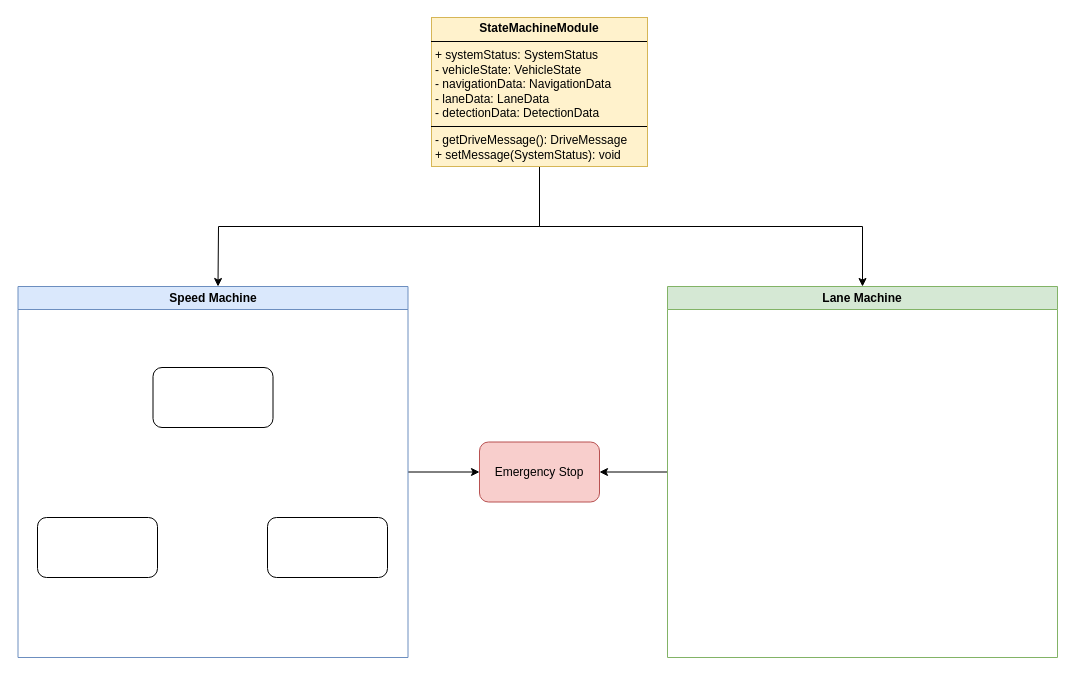
Above: document/StateMachine.drawio in inha-cvl/mobinha-racing (draw.io), before the change. Source tidied: cells renumbered, new cells numbered last; positions are measured from the earlier drawing's top-left corner, leaving out a move shared by most shapes. Both pictures are drawn from the tidied source at 100%, with x=0, y=0 at pixel (17, 17).
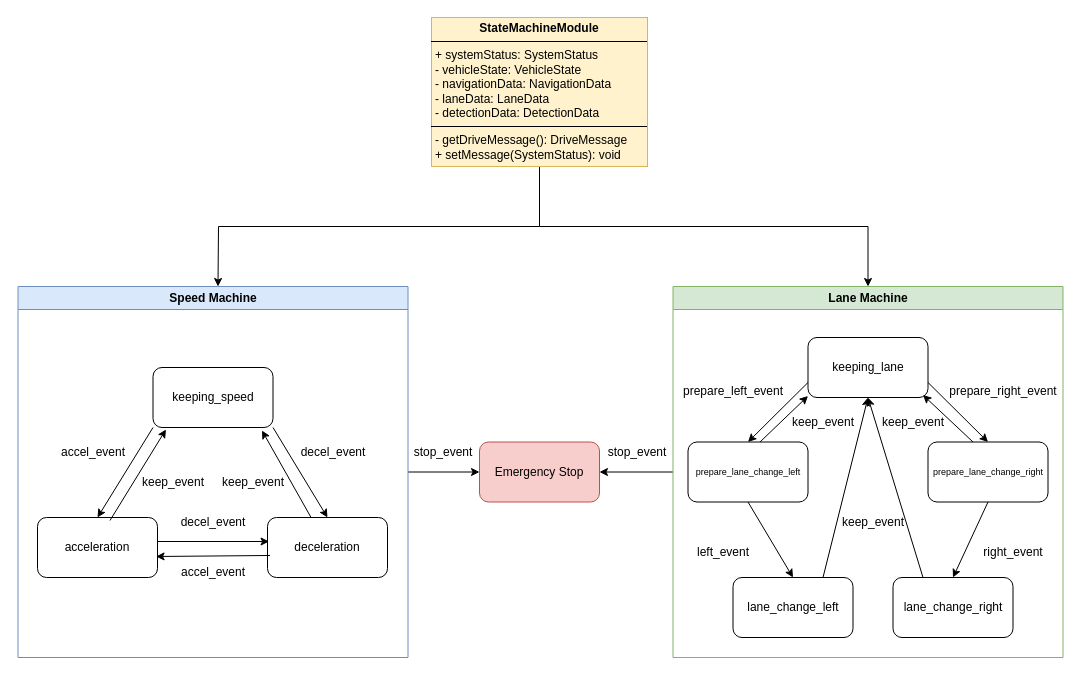
After the change.

Unchanged cells that the change refers to:
```xml
<mxCell id="5" value="Speed Machine" style="swimlane;whiteSpace=wrap;html=1;fillColor=#dae8fc;strokeColor=#6c8ebf;" parent="1" vertex="1">
  <mxGeometry x="0.5" y="269" width="390" height="371" as="geometry" />
</mxCell>
```

Diff of the diagram source:
```diff
@@
-    <mxCell id="6" style="rounded=1;whiteSpace=wrap;html=1;" parent="5" vertex="1">
+    <mxCell id="6" value="keeping_speed" style="rounded=1;whiteSpace=wrap;html=1;" parent="5" vertex="1">
       <mxGeometry x="135" y="81" width="120" height="60" as="geometry" />
     </mxCell>
-    <mxCell id="7" style="rounded=1;whiteSpace=wrap;html=1;" parent="5" vertex="1">
+    <mxCell id="7" value="acceleration" style="rounded=1;whiteSpace=wrap;html=1;" parent="5" vertex="1">
       <mxGeometry x="19.5" y="231" width="120" height="60" as="geometry" />
     </mxCell>
-    <mxCell id="8" style="rounded=1;whiteSpace=wrap;html=1;" parent="5" vertex="1">
+    <mxCell id="8" value="deceleration" style="rounded=1;whiteSpace=wrap;html=1;" parent="5" vertex="1">
       <mxGeometry x="249.5" y="231" width="120" height="60" as="geometry" />
     </mxCell>
+    <mxCell id="13" value="decel_event" style="text;html=1;align=center;verticalAlign=middle;whiteSpace=wrap;rounded=0;" parent="5" vertex="1">
+      <mxGeometry x="165" y="221" width="60" height="30" as="geometry" />
+    </mxCell>
+    <mxCell id="14" style="endArrow=classic;html=1;rounded=0;entryX=0.5;entryY=0;entryDx=0;entryDy=0;exitX=1;exitY=1;exitDx=0;exitDy=0;" parent="5" edge="1" source="6" target="8">
+      <mxGeometry relative="1" as="geometry" />
+    </mxCell>
+    <mxCell id="15" style="endArrow=classic;html=1;rounded=0;exitX=0.996;exitY=0.4;exitDx=0;exitDy=0;exitPerimeter=0;entryX=0.013;entryY=0.4;entryDx=0;entryDy=0;entryPerimeter=0;" parent="5" edge="1" source="7" target="8">
+      <mxGeometry relative="1" as="geometry" />
+    </mxCell>
+    <mxCell id="16" style="endArrow=classic;html=1;rounded=0;exitX=0.021;exitY=0.633;exitDx=0;exitDy=0;entryX=0.988;entryY=0.65;entryDx=0;entryDy=0;entryPerimeter=0;exitPerimeter=0;" parent="5" edge="1" source="8" target="7">
+      <mxGeometry relative="1" as="geometry" />
+    </mxCell>
+    <mxCell id="17" value="accel_event" style="text;html=1;align=center;verticalAlign=middle;whiteSpace=wrap;rounded=0;" parent="5" vertex="1">
+      <mxGeometry x="165" y="271" width="60" height="30" as="geometry" />
+    </mxCell>
+    <mxCell id="18" value="decel_event" style="text;html=1;align=center;verticalAlign=middle;whiteSpace=wrap;rounded=0;" parent="5" vertex="1">
+      <mxGeometry x="285" y="151" width="60" height="30" as="geometry" />
+    </mxCell>
+    <mxCell id="19" style="endArrow=classic;html=1;rounded=0;exitX=0.363;exitY=0;exitDx=0;exitDy=0;exitPerimeter=0;entryX=0.908;entryY=1.05;entryDx=0;entryDy=0;entryPerimeter=0;" parent="5" edge="1" source="8" target="6">
+      <mxGeometry relative="1" as="geometry" />
+    </mxCell>
+    <mxCell id="20" value="keep_event" style="text;html=1;align=center;verticalAlign=middle;whiteSpace=wrap;rounded=0;" parent="5" vertex="1">
+      <mxGeometry x="205" y="181" width="60" height="30" as="geometry" />
+    </mxCell>
+    <mxCell id="21" style="endArrow=classic;html=1;rounded=0;exitX=0.604;exitY=0.05;exitDx=0;exitDy=0;exitPerimeter=0;entryX=0.108;entryY=1.033;entryDx=0;entryDy=0;entryPerimeter=0;" parent="5" edge="1" source="7" target="6">
+      <mxGeometry relative="1" as="geometry" />
+    </mxCell>
+    <mxCell id="22" style="endArrow=classic;html=1;rounded=0;exitX=0;exitY=1;exitDx=0;exitDy=0;entryX=0.5;entryY=0;entryDx=0;entryDy=0;" parent="5" edge="1" source="6" target="7">
+      <mxGeometry relative="1" as="geometry" />
+    </mxCell>
+    <mxCell id="23" value="keep_event" style="text;html=1;align=center;verticalAlign=middle;whiteSpace=wrap;rounded=0;" parent="5" vertex="1">
+      <mxGeometry x="125" y="181" width="60" height="30" as="geometry" />
+    </mxCell>
+    <mxCell id="24" value="accel_event" style="text;html=1;align=center;verticalAlign=middle;whiteSpace=wrap;rounded=0;" parent="5" vertex="1">
+      <mxGeometry x="45" y="151" width="60" height="30" as="geometry" />
+    </mxCell>
@@
     <mxCell id="10" value="Lane Machine" style="swimlane;whiteSpace=wrap;html=1;fillColor=#d5e8d4;strokeColor=#82b366;" parent="1" vertex="1">
-      <mxGeometry x="650" y="269" width="390" height="371" as="geometry" />
+      <mxGeometry x="655.5" y="269" width="390" height="371" as="geometry" />
     </mxCell>
+    <mxCell id="25" value="keeping_lane" style="rounded=1;whiteSpace=wrap;html=1;" parent="10" vertex="1">
+      <mxGeometry x="135" y="51" width="120" height="60" as="geometry" />
+    </mxCell>
+    <mxCell id="26" value="prepare_lane_change_right" style="rounded=1;whiteSpace=wrap;html=1;fontSize=9;" parent="10" vertex="1">
+      <mxGeometry x="255" y="155.5" width="120" height="60" as="geometry" />
+    </mxCell>
+    <mxCell id="27" value="lane_change_right" style="rounded=1;whiteSpace=wrap;html=1;" parent="10" vertex="1">
+      <mxGeometry x="220" y="291" width="120" height="60" as="geometry" />
+    </mxCell>
+    <mxCell id="28" value="lane_change_left" style="rounded=1;whiteSpace=wrap;html=1;" parent="10" vertex="1">
+      <mxGeometry x="60" y="291" width="120" height="60" as="geometry" />
+    </mxCell>
+    <mxCell id="29" value="prepare_lane_change_left" style="rounded=1;whiteSpace=wrap;html=1;fontSize=9;" parent="10" vertex="1">
+      <mxGeometry x="15" y="155.5" width="120" height="60" as="geometry" />
+    </mxCell>
+    <mxCell id="30" value="keep_event" style="text;html=1;align=center;verticalAlign=middle;whiteSpace=wrap;rounded=0;" parent="10" vertex="1">
+      <mxGeometry x="120" y="121" width="60" height="30" as="geometry" />
+    </mxCell>
+    <mxCell id="31" style="endArrow=classic;html=1;rounded=0;entryX=1;entryY=1;entryDx=0;entryDy=0;verticalAlign=middle;exitX=0.417;exitY=0.042;exitDx=0;exitDy=0;exitPerimeter=0;" parent="10" edge="1">
+      <mxGeometry relative="1" as="geometry">
+        <mxPoint x="300" y="155.5" as="sourcePoint" />
+        <mxPoint x="250" y="108.5" as="targetPoint" />
+      </mxGeometry>
+    </mxCell>
+    <mxCell id="32" style="endArrow=classic;html=1;rounded=0;exitX=1;exitY=0.75;exitDx=0;exitDy=0;entryX=0.5;entryY=0;entryDx=0;entryDy=0;" parent="10" edge="1" source="25" target="26">
+      <mxGeometry relative="1" as="geometry" />
+    </mxCell>
+    <mxCell id="33" style="endArrow=classic;html=1;rounded=0;exitX=0.75;exitY=0;exitDx=0;exitDy=0;entryX=0.5;entryY=1;entryDx=0;entryDy=0;" parent="10" edge="1" source="28" target="25">
+      <mxGeometry relative="1" as="geometry" />
+    </mxCell>
+    <mxCell id="34" style="endArrow=classic;html=1;rounded=0;entryX=0.5;entryY=1;entryDx=0;entryDy=0;exitX=0.25;exitY=0;exitDx=0;exitDy=0;" parent="10" edge="1" source="27" target="25">
+      <mxGeometry relative="1" as="geometry" />
+    </mxCell>
+    <mxCell id="35" value="keep_event" style="text;html=1;align=center;verticalAlign=middle;whiteSpace=wrap;rounded=0;" parent="10" vertex="1">
+      <mxGeometry x="170" y="221" width="60" height="30" as="geometry" />
+    </mxCell>
+    <mxCell id="36" value="keep_event" style="text;html=1;align=center;verticalAlign=middle;whiteSpace=wrap;rounded=0;" parent="10" vertex="1">
+      <mxGeometry x="210" y="121" width="60" height="30" as="geometry" />
+    </mxCell>
+    <mxCell id="37" style="endArrow=classic;html=1;rounded=0;exitX=0;exitY=0.75;exitDx=0;exitDy=0;entryX=0.5;entryY=0;entryDx=0;entryDy=0;" parent="10" edge="1" source="25" target="29">
+      <mxGeometry relative="1" as="geometry" />
+    </mxCell>
+    <mxCell id="38" style="endArrow=classic;html=1;rounded=0;entryX=0;entryY=1;entryDx=0;entryDy=0;verticalAlign=middle;exitX=0.6;exitY=0.025;exitDx=0;exitDy=0;exitPerimeter=0;" parent="10" edge="1">
+      <mxGeometry relative="1" as="geometry">
+        <mxPoint x="87" y="155.5" as="sourcePoint" />
+        <mxPoint x="135" y="109.5" as="targetPoint" />
+      </mxGeometry>
+    </mxCell>
+    <mxCell id="39" value="prepare_left_event" style="text;html=1;align=center;verticalAlign=middle;whiteSpace=wrap;rounded=0;" parent="10" vertex="1">
+      <mxGeometry x="30" y="90" width="60" height="30" as="geometry" />
+    </mxCell>
+    <mxCell id="40" value="prepare_right_event" style="text;html=1;align=center;verticalAlign=middle;whiteSpace=wrap;rounded=0;" parent="10" vertex="1">
+      <mxGeometry x="300" y="90" width="60" height="30" as="geometry" />
+    </mxCell>
+    <mxCell id="41" style="endArrow=classic;html=1;rounded=0;exitX=0.5;exitY=1;exitDx=0;exitDy=0;entryX=0.5;entryY=0;entryDx=0;entryDy=0;" parent="10" edge="1" source="29" target="28">
+      <mxGeometry relative="1" as="geometry" />
+    </mxCell>
+    <mxCell id="42" style="endArrow=classic;html=1;rounded=0;exitX=0.5;exitY=1;exitDx=0;exitDy=0;entryX=0.5;entryY=0;entryDx=0;entryDy=0;" parent="10" edge="1" source="26" target="27">
+      <mxGeometry relative="1" as="geometry" />
+    </mxCell>
+    <mxCell id="43" value="left_event" style="text;html=1;align=center;verticalAlign=middle;whiteSpace=wrap;rounded=0;" parent="10" vertex="1">
+      <mxGeometry x="20" y="251" width="60" height="30" as="geometry" />
+    </mxCell>
+    <mxCell id="44" value="right_event" style="text;html=1;align=center;verticalAlign=middle;whiteSpace=wrap;rounded=0;" parent="10" vertex="1">
+      <mxGeometry x="310" y="251" width="60" height="30" as="geometry" />
+    </mxCell>
@@
+    <mxCell id="45" value="stop_event" style="text;html=1;align=center;verticalAlign=middle;whiteSpace=wrap;rounded=0;" parent="1" vertex="1">
+      <mxGeometry x="395.5" y="420" width="60" height="30" as="geometry" />
+    </mxCell>
+    <mxCell id="46" value="stop_event" style="text;html=1;align=center;verticalAlign=middle;whiteSpace=wrap;rounded=0;" parent="1" vertex="1">
+      <mxGeometry x="590" y="420" width="60" height="30" as="geometry" />
+    </mxCell>
```
